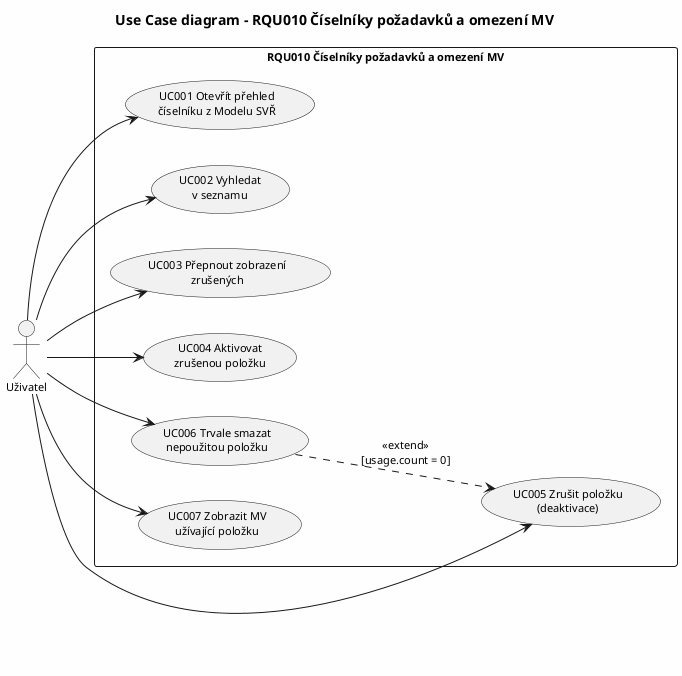
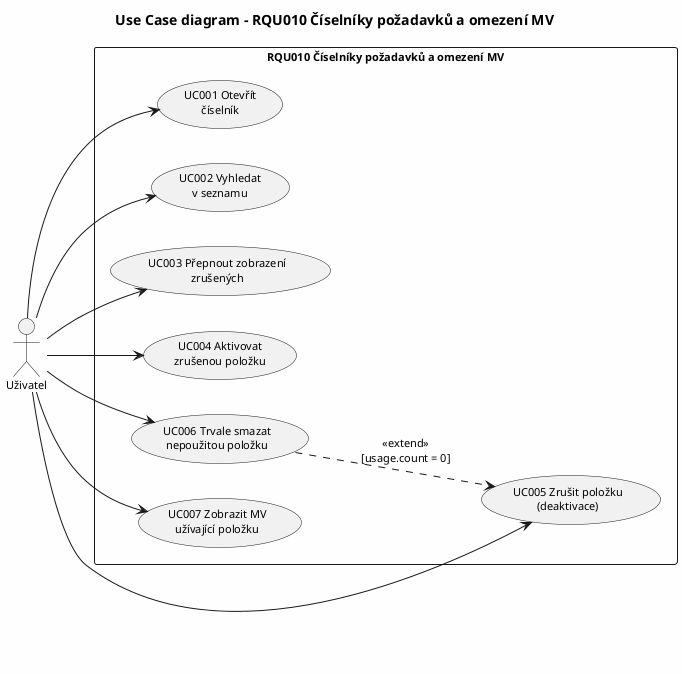
@startuml UC_diagram
skinparam defaultFontName "Segoe UI"
skinparam defaultFontSize 11
skinparam backgroundColor #FEFEFE
left to right direction

title Use Case diagram – RQU010 Číselníky požadavků a omezení MV

actor "Uživatel" as U

rectangle "RQU010 Číselníky požadavků a omezení MV" {
-     usecase "UC001 Otevřít přehled\nčíselníku z Modelu SVŘ" as UC001
+     usecase "UC001 Otevřít\nčíselník" as UC001
    usecase "UC002 Vyhledat\nv seznamu" as UC002
    usecase "UC003 Přepnout zobrazení\nzrušených" as UC003
    usecase "UC004 Aktivovat\nzrušenou položku" as UC004
    usecase "UC005 Zrušit položku\n(deaktivace)" as UC005
    usecase "UC006 Trvale smazat\nnepoužitou položku" as UC006
    usecase "UC007 Zobrazit MV\nužívající položku" as UC007
}

U --> UC001
U --> UC002
U --> UC003
U --> UC004
U --> UC005
U --> UC006
U --> UC007

UC006 ..> UC005 : <<extend>>\n[usage.count = 0]

@enduml
